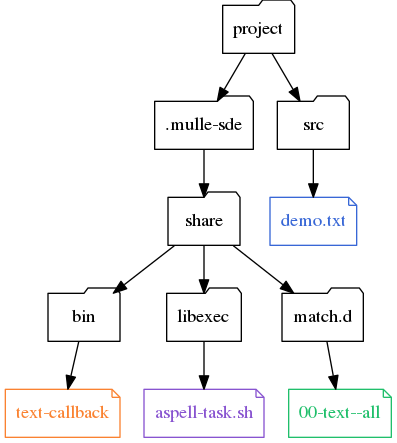
This is dox/mulle-sde-extension.png from mulle-sde/mulle-sde, a Graphviz export, as it was before one commit. Its source is kept beside it as dox/mulle-sde-extension.dot.
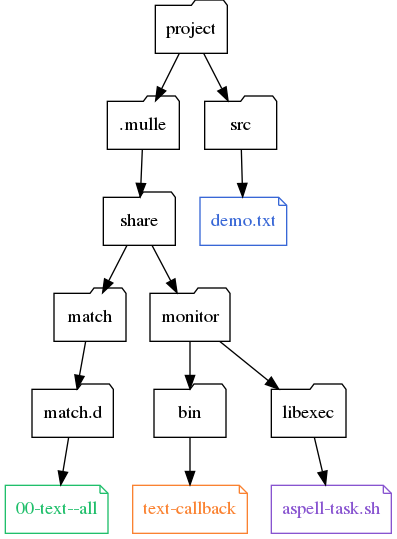
The same diagram one commit later.

Diff of the diagram source:
```diff
@@ -4,26 +4,28 @@
      node[ shape=folder ];
 
     { rank = same;  "project" };
-    { rank = same;  ".mulle-sde", "src" };
-    { rank = same;  "share" };
+    { rank = same;  ".mulle", "src" };
+    { rank = same;  "match", "monitor" };
     { rank = same;  "bin", "libexec" }
-    { rank = same;  "match.d" }
 
     "project"
-    "project" -> ".mulle-sde"
+    "project" -> ".mulle"
     "project" -> "src"
 
-    ".mulle-sde" -> "share"
+    ".mulle"  -> "share"
+    "share"   -> "monitor"
+    "share"   -> "match"
 
-    "share" -> "bin"
-    "share" -> "libexec"
+    "monitor" -> "bin"
+    "monitor" -> "libexec"
+    "bin"     -> "text-callback"
+    "libexec" -> "aspell-task.sh"
 
     "src"   -> "demo.txt"
-    "bin"   -> "text-callback"
-    "share" -> "match.d"
+
+    "match" -> "match.d"
     "match.d" -> "00-text--all"
 
-    "libexec"  -> "aspell-task.sh"
 
     "demo.txt"        [ shape="note", color="#3867d6", fontcolor="#3867d6" ]
     "00-text--all"    [ shape="note", color="#20bf6b", fontcolor="#20bf6b" ]
```
